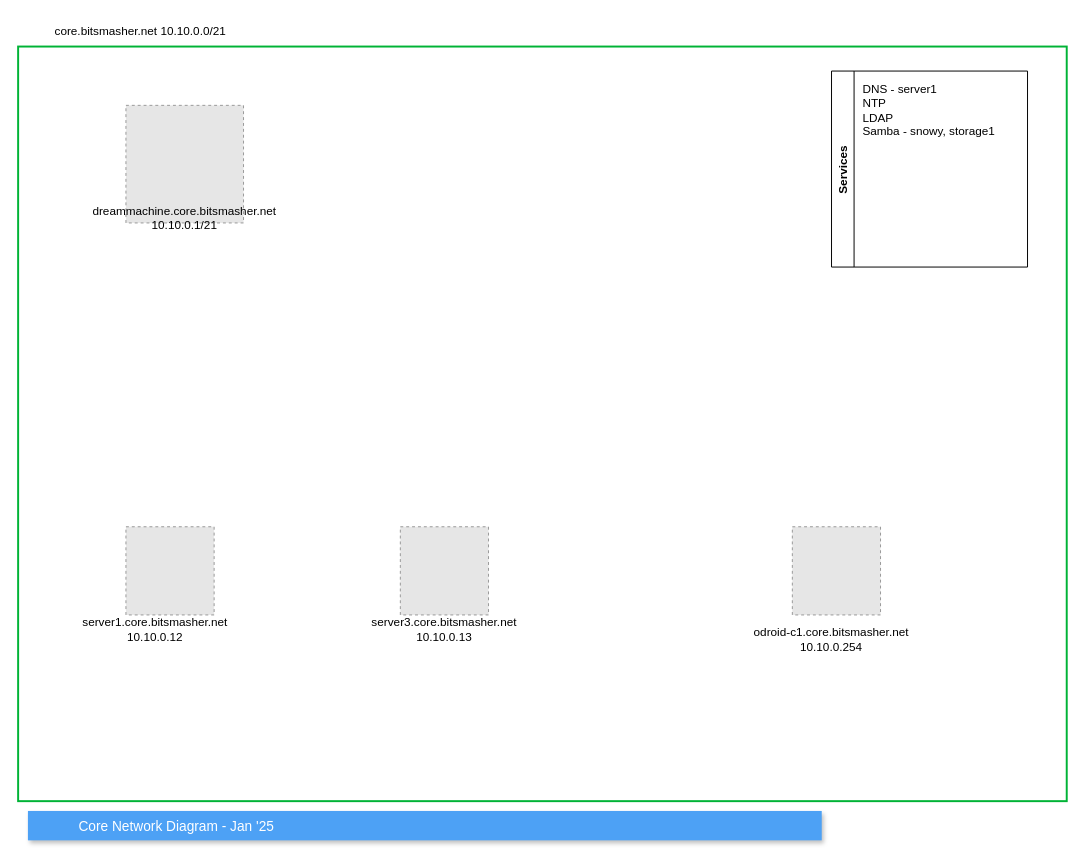
Before: page "core" (2 of 4) of docs/drawings/lab_2024.drawio in devsecfranklin/franklin-resume, a draw.io diagram. Source tidied: cells renumbered, new cells numbered last; positions are measured from the earlier drawing's top-left corner, leaving out a move shared by most shapes. Both pictures are drawn from the tidied source at 98%, with x=0, y=0 at pixel (18, 17). Pictures stored in the file or linked from it are replaced by grey dashed boxes.
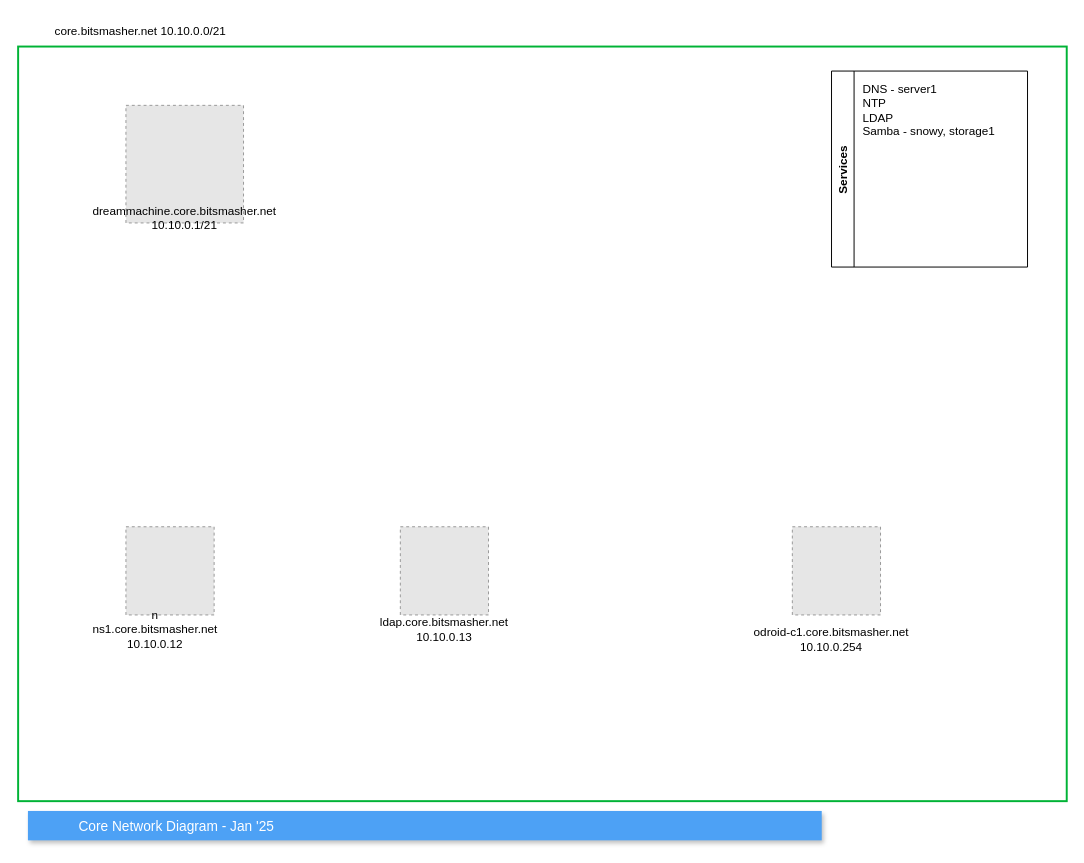
Above is the later version.

The edit, as a diff of the source:
```diff
@@
 <mxGraphModel>
   <root>
     <mxCell id="0" />
     <mxCell id="1" parent="0" />
     <mxCell id="2" value="Core Network Diagram - Jan '25 " style="fillColor=#4DA1F5;strokeColor=none;shadow=1;gradientColor=none;fontSize=14;align=left;spacingLeft=50;fontColor=#ffffff;" parent="1" vertex="1">
       <mxGeometry x="10" y="810" width="810" height="30" as="geometry" />
     </mxCell>
     <mxCell id="3" style="rounded=0;whiteSpace=wrap;html=1;fillColor=none;strokeColor=#00B336;strokeWidth=2;" parent="1" vertex="1">
       <mxGeometry y="30" width="1070" height="770" as="geometry" />
     </mxCell>
     <mxCell id="4" value="core.bitsmasher.net 10.10.0.0/21" style="text;html=1;strokeColor=none;fillColor=none;align=center;verticalAlign=middle;whiteSpace=wrap;rounded=0;" parent="1" vertex="1">
       <mxGeometry width="250" height="30" as="geometry" />
     </mxCell>
     <mxCell id="5" parent="0" />
     <mxCell id="6" style="fillColor=#E6E6E6;strokeColor=#999999;dashed=1;" parent="5" vertex="1">
       <mxGeometry x="110" y="520" width="90" height="90" as="geometry" />
     </mxCell>
     <mxCell id="7" style="fillColor=#E6E6E6;strokeColor=#999999;dashed=1;" parent="5" vertex="1">
       <mxGeometry x="390" y="520" width="90" height="90" as="geometry" />
     </mxCell>
-    <mxCell id="8" value="server1.core.bitsmasher.net&lt;br&gt;10.10.0.12" style="text;html=1;strokeColor=none;fillColor=none;align=center;verticalAlign=middle;whiteSpace=wrap;rounded=0;" parent="5" vertex="1">
+    <mxCell id="8" value="n&lt;div&gt;ns1.core.bitsmasher.net&lt;br&gt;10.10.0.12&lt;/div&gt;" style="text;html=1;strokeColor=none;fillColor=none;align=center;verticalAlign=middle;whiteSpace=wrap;rounded=0;" parent="5" vertex="1">
       <mxGeometry x="40" y="610" width="200" height="30" as="geometry" />
     </mxCell>
-    <mxCell id="9" value="server3.core.bitsmasher.net&lt;br&gt;10.10.0.13" style="text;html=1;strokeColor=none;fillColor=none;align=center;verticalAlign=middle;whiteSpace=wrap;rounded=0;" parent="5" vertex="1">
+    <mxCell id="9" value="ldap.core.bitsmasher.net&lt;br&gt;10.10.0.13" style="text;html=1;strokeColor=none;fillColor=none;align=center;verticalAlign=middle;whiteSpace=wrap;rounded=0;" parent="5" vertex="1">
       <mxGeometry x="335" y="610" width="200" height="30" as="geometry" />
     </mxCell>
     <mxCell id="10" style="group;" parent="5" vertex="1">
       <mxGeometry x="70" y="90" width="200" height="130" as="geometry" />
     </mxCell>
     <mxCell id="11" style="fillColor=#E6E6E6;strokeColor=#999999;dashed=1;" parent="10" vertex="1">
       <mxGeometry x="40" width="120" height="120" as="geometry" />
     </mxCell>
     <mxCell id="12" value="dreammachine.core.bitsmasher.net&lt;br&gt;10.10.0.1/21" style="text;html=1;strokeColor=none;fillColor=none;align=center;verticalAlign=middle;whiteSpace=wrap;rounded=0;" parent="10" vertex="1">
       <mxGeometry y="100" width="200" height="30" as="geometry" />
     </mxCell>
     <mxCell id="13" value="Services" style="swimlane;horizontal=0;startSize=23;" parent="5" vertex="1">
       <mxGeometry x="830" y="55" width="200" height="200" as="geometry" />
     </mxCell>
     <mxCell id="14" value="DNS - server1&lt;br&gt;NTP&lt;br&gt;LDAP&lt;br&gt;Samba - snowy, storage1" style="text;html=1;strokeColor=none;fillColor=none;align=left;verticalAlign=top;whiteSpace=wrap;rounded=0;horizontal=1;" parent="13" vertex="1">
       <mxGeometry x="30" y="5" width="160" height="185" as="geometry" />
     </mxCell>
     <mxCell id="15" style="fillColor=#E6E6E6;strokeColor=#999999;dashed=1;" parent="5" vertex="1">
       <mxGeometry x="790" y="520" width="90" height="90" as="geometry" />
     </mxCell>
     <mxCell id="16" value="odroid-c1.core.bitsmasher.net&lt;br&gt;10.10.0.254" style="text;html=1;strokeColor=none;fillColor=none;align=center;verticalAlign=middle;whiteSpace=wrap;rounded=0;" parent="5" vertex="1">
       <mxGeometry x="730" y="620" width="200" height="30" as="geometry" />
     </mxCell>
   </root>
 </mxGraphModel>
```
